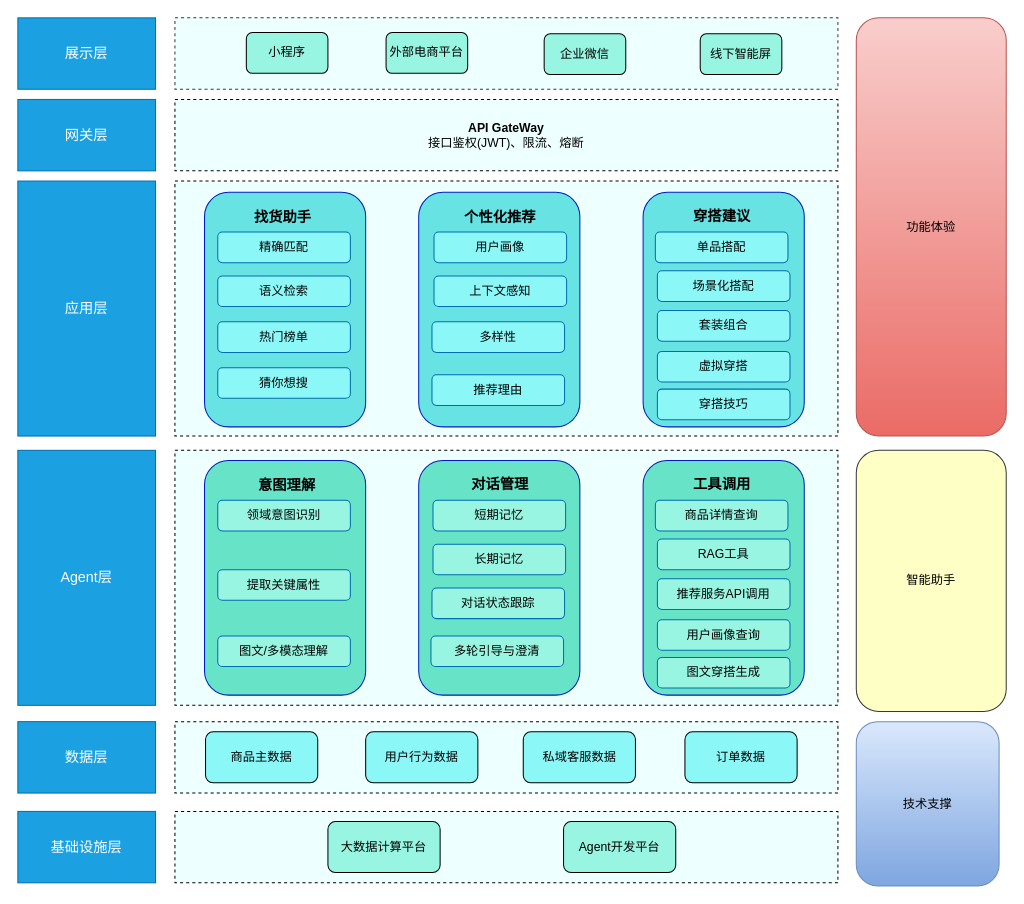
Above: engineering/架构设计/智能导购架构设计图.drawio in Wanke15/wanke15.github.io (draw.io), before the change. Source tidied: cells renumbered, new cells numbered last; positions are measured from the earlier drawing's top-left corner, leaving out a move shared by most shapes. Both pictures are drawn from the tidied source at 102%, with x=0, y=0 at pixel (17, 17).
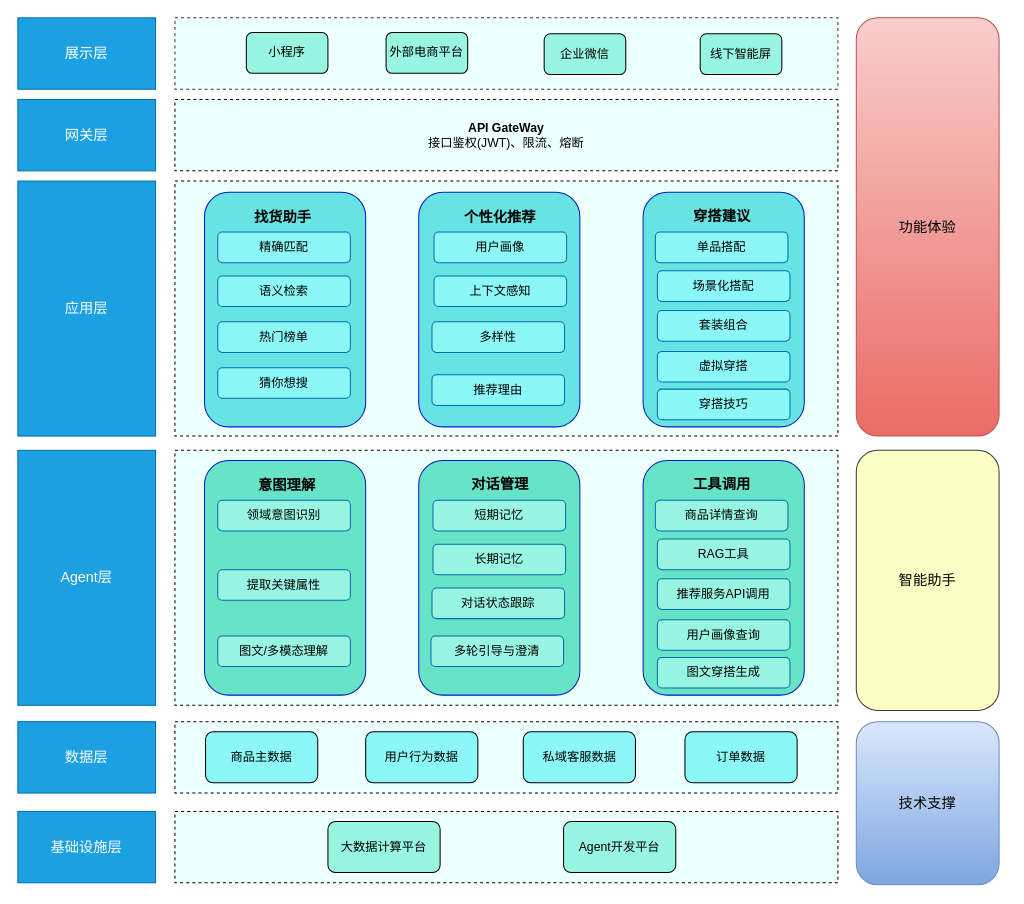
Above is the later version.

Commit message (it also covers changes not shown here):
更新智能导购架构设计图.drawio

The edit, as a diff of the source:
```diff
@@
-    <mxCell id="24" value="技术支撑" style="rounded=1;whiteSpace=wrap;html=1;gradientColor=#7ea6e0;fillColor=#dae8fc;strokeColor=#6c8ebf;" parent="1" vertex="1">
-      <mxGeometry x="822" y="690" width="140" height="161" as="geometry" />
+    <mxCell id="24" value="&lt;font style=&quot;font-size: 14px;&quot;&gt;技术支撑&lt;/font&gt;" style="rounded=1;whiteSpace=wrap;html=1;gradientColor=#7ea6e0;fillColor=#dae8fc;strokeColor=#6c8ebf;" parent="1" vertex="1">
+      <mxGeometry x="822" y="690" width="140" height="160" as="geometry" />
     </mxCell>
-    <mxCell id="25" value="智能助手" style="rounded=1;whiteSpace=wrap;html=1;strokeColor=#36393d;gradientDirection=south;fillColor=#FDFFC4;" parent="1" vertex="1">
-      <mxGeometry x="822" y="424" width="147" height="256" as="geometry" />
+    <mxCell id="25" value="&lt;font style=&quot;font-size: 14px;&quot;&gt;智能助手&lt;/font&gt;" style="rounded=1;whiteSpace=wrap;html=1;strokeColor=#36393d;gradientDirection=south;fillColor=#FDFFC4;" parent="1" vertex="1">
+      <mxGeometry x="822" y="424" width="140" height="255" as="geometry" />
     </mxCell>
-    <mxCell id="26" value="功能体验" style="rounded=1;whiteSpace=wrap;html=1;gradientColor=#ea6b66;fillColor=#f8cecc;strokeColor=#b85450;glass=0;" parent="1" vertex="1">
-      <mxGeometry x="822" width="147" height="410" as="geometry" />
+    <mxCell id="26" value="&lt;font style=&quot;font-size: 14px;&quot;&gt;功能体验&lt;/font&gt;" style="rounded=1;whiteSpace=wrap;html=1;gradientColor=#ea6b66;fillColor=#f8cecc;strokeColor=#b85450;glass=0;" parent="1" vertex="1">
+      <mxGeometry x="822" width="140" height="410" as="geometry" />
     </mxCell>
```
